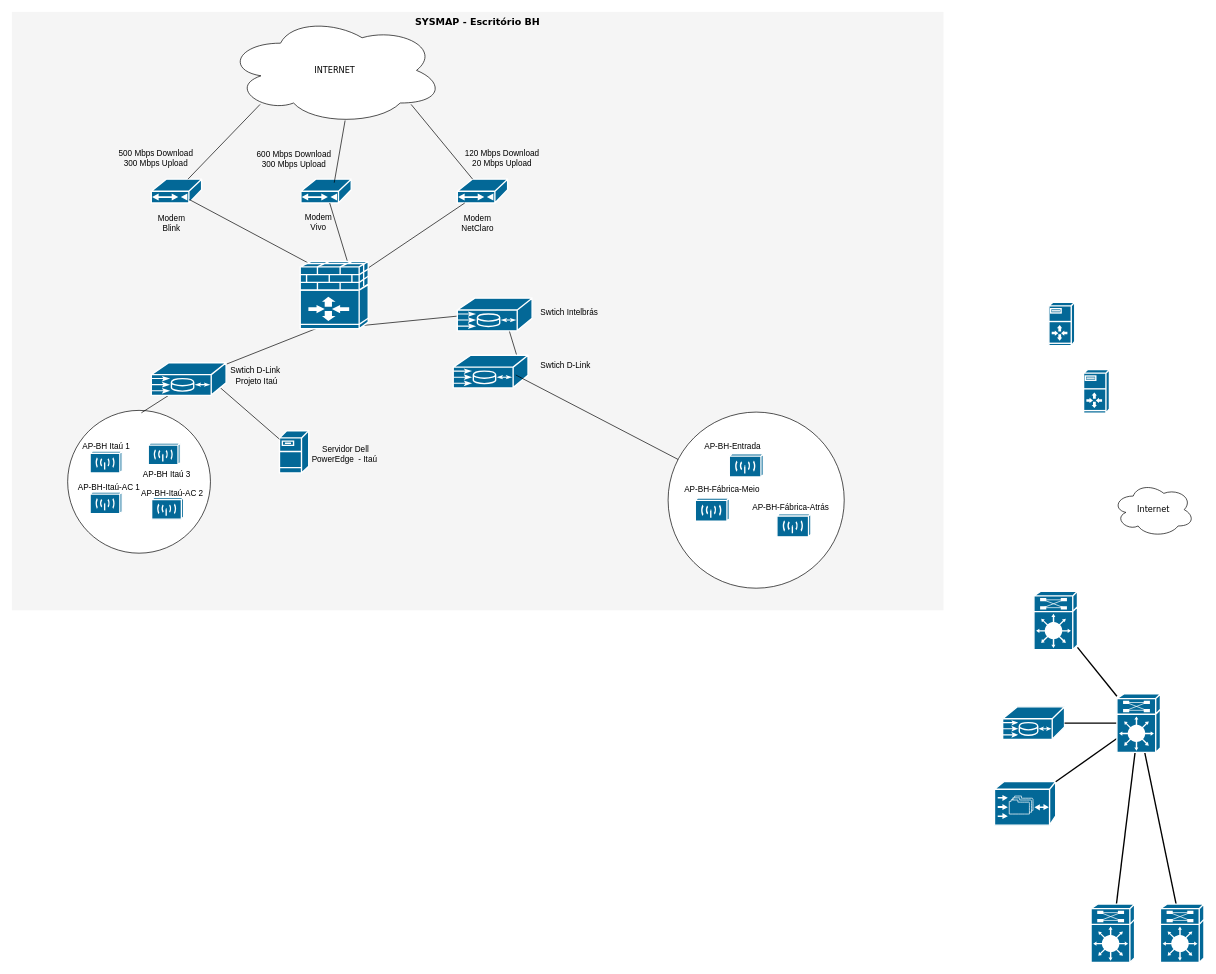
Above: Diagrama sem nome.drawio in mtuliolaine/Install-App-Windows (draw.io), before the change. Source tidied: cells renumbered, new cells numbered last; positions are measured from the earlier drawing's top-left corner, leaving out a move shared by most shapes. Both pictures are drawn from the tidied source at 68%, with x=0, y=0 at pixel (12, 12).
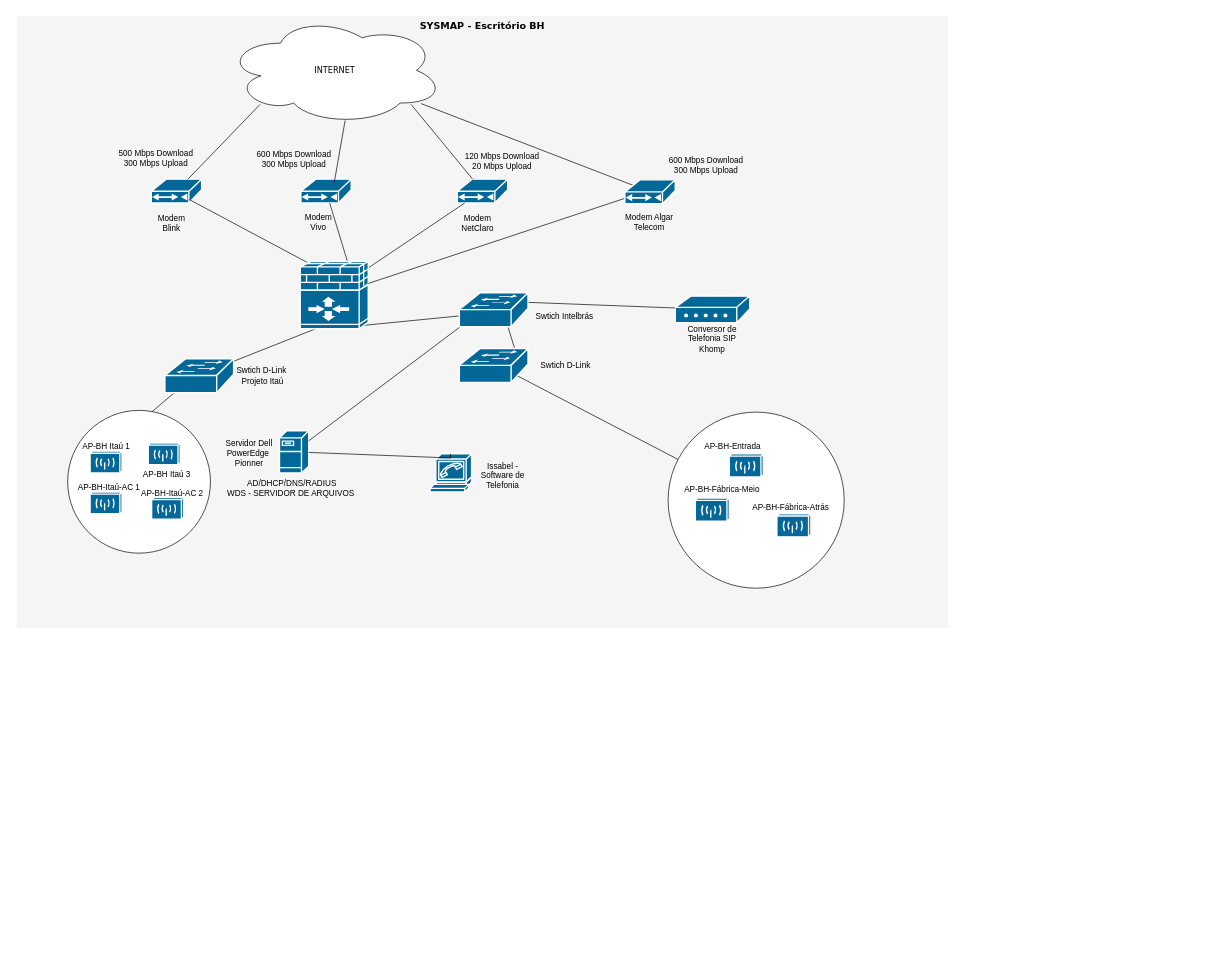
Above is the later version.

Unchanged cells that the change refers to:
```xml
<mxCell id="3" style="ellipse;whiteSpace=wrap;html=1;" parent="1" vertex="1">
  <mxGeometry x="965" y="588.5" width="259" height="259" as="geometry" />
</mxCell>
<mxCell id="7" value="INTERNET" style="ellipse;shape=cloud;whiteSpace=wrap;html=1;rounded=0;shadow=0;comic=0;strokeWidth=1;fontFamily=Verdana;fontSize=12;" parent="1" vertex="1">
  <mxGeometry x="315" y="6" width="320" height="160" as="geometry" />
</mxCell>
<mxCell id="42" style="shape=mxgraph.cisco.security.ios_firewall;html=1;dashed=0;fillColor=#036897;strokeColor=#ffffff;strokeWidth=2;verticalLabelPosition=bottom;verticalAlign=top;rounded=0;shadow=0;comic=0;fontFamily=Verdana;fontSize=12;" parent="1" vertex="1">
  <mxGeometry x="424" y="366" width="100" height="100" as="geometry" />
</mxCell>
<mxCell id="43" style="shape=mxgraph.cisco.servers.fileserver;sketch=0;html=1;dashed=0;fillColor=#036897;strokeColor=#ffffff;strokeWidth=2;verticalLabelPosition=bottom;verticalAlign=top;align=center;outlineConnect=0;" parent="1" vertex="1">
  <mxGeometry x="393.5" y="616" width="43" height="62" as="geometry" />
</mxCell>
```

Change to the diagram source:
```diff
@@
     <mxCell id="2" value="SYSMAP - Escritório BH" style="whiteSpace=wrap;html=1;rounded=0;shadow=0;comic=0;strokeWidth=1;fontFamily=Verdana;fontSize=14;fillColor=#f5f5f5;strokeColor=none;verticalAlign=top;fontStyle=1;" parent="1" vertex="1">
-      <mxGeometry width="1370" height="880" as="geometry" />
+      <mxGeometry x="7" y="6" width="1370" height="900" as="geometry" />
     </mxCell>
+    <mxCell id="4" style="ellipse;whiteSpace=wrap;html=1;" parent="1" vertex="1">
+      <mxGeometry x="82" y="586" width="210" height="210" as="geometry" />
+    </mxCell>
@@
-    <mxCell id="4" style="ellipse;whiteSpace=wrap;html=1;" parent="1" vertex="1">
-      <mxGeometry x="82" y="586" width="210" height="210" as="geometry" />
-    </mxCell>
-    <mxCell id="5" style="shape=mxgraph.cisco.servers.server_with_router;html=1;dashed=0;fillColor=#036897;strokeColor=#ffffff;strokeWidth=2;verticalLabelPosition=bottom;verticalAlign=top;rounded=0;shadow=0;comic=0;fontFamily=Verdana;fontSize=12;" parent="1" vertex="1">
-      <mxGeometry x="1525" y="427" width="38" height="64" as="geometry" />
-    </mxCell>
-    <mxCell id="6" style="shape=mxgraph.cisco.servers.server_with_router;html=1;dashed=0;fillColor=#036897;strokeColor=#ffffff;strokeWidth=2;verticalLabelPosition=bottom;verticalAlign=top;rounded=0;shadow=0;comic=0;fontFamily=Verdana;fontSize=12;" parent="1" vertex="1">
-      <mxGeometry x="1576" y="526" width="38" height="64" as="geometry" />
-    </mxCell>
@@
-    <mxCell id="8" value="Internet" style="ellipse;shape=cloud;whiteSpace=wrap;html=1;rounded=0;shadow=0;comic=0;strokeWidth=1;fontFamily=Verdana;fontSize=12;" parent="1" vertex="1">
-      <mxGeometry x="1619" y="692" width="120" height="80" as="geometry" />
-    </mxCell>
-    <mxCell id="9" style="edgeStyle=none;html=1;labelBackgroundColor=none;startFill=0;endArrow=none;endFill=0;strokeWidth=2;fontFamily=Verdana;fontSize=12;" parent="1" edge="1" source="10" target="17">
-      <mxGeometry relative="1" as="geometry" />
-    </mxCell>
-    <mxCell id="10" style="shape=mxgraph.cisco.misc.route_switch_processor;html=1;dashed=0;fillColor=#036897;strokeColor=#ffffff;strokeWidth=2;verticalLabelPosition=bottom;verticalAlign=top;rounded=0;shadow=0;comic=0;fontFamily=Verdana;fontSize=12;" parent="1" vertex="1">
-      <mxGeometry x="1503" y="852" width="64" height="86" as="geometry" />
-    </mxCell>
-    <mxCell id="11" style="shape=mxgraph.cisco.misc.me1100;html=1;dashed=0;fillColor=#036897;strokeColor=#ffffff;strokeWidth=2;verticalLabelPosition=bottom;verticalAlign=top;rounded=0;shadow=0;comic=0;fontFamily=Verdana;fontSize=12;" parent="1" vertex="1">
-      <mxGeometry x="1457" y="1022" width="91" height="48" as="geometry" />
-    </mxCell>
-    <mxCell id="12" style="shape=mxgraph.cisco.storage.cisco_file_engine;html=1;dashed=0;fillColor=#036897;strokeColor=#ffffff;strokeWidth=2;verticalLabelPosition=bottom;verticalAlign=top;rounded=0;shadow=0;comic=0;fontFamily=Verdana;fontSize=12;" parent="1" vertex="1">
-      <mxGeometry x="1445" y="1132" width="90" height="64" as="geometry" />
-    </mxCell>
-    <mxCell id="13" style="edgeStyle=none;html=1;labelBackgroundColor=none;startFill=0;endArrow=none;endFill=0;strokeWidth=2;fontFamily=Verdana;fontSize=12;" parent="1" edge="1" source="17" target="11">
-      <mxGeometry relative="1" as="geometry" />
-    </mxCell>
-    <mxCell id="14" style="edgeStyle=none;html=1;labelBackgroundColor=none;startFill=0;endArrow=none;endFill=0;strokeWidth=2;fontFamily=Verdana;fontSize=12;" parent="1" edge="1" source="17" target="12">
-      <mxGeometry relative="1" as="geometry" />
-    </mxCell>
-    <mxCell id="15" style="edgeStyle=none;html=1;labelBackgroundColor=none;startFill=0;endArrow=none;endFill=0;strokeWidth=2;fontFamily=Verdana;fontSize=12;" parent="1" edge="1" source="17" target="19">
-      <mxGeometry relative="1" as="geometry" />
-    </mxCell>
-    <mxCell id="16" style="edgeStyle=none;html=1;labelBackgroundColor=none;startFill=0;endArrow=none;endFill=0;strokeWidth=2;fontFamily=Verdana;fontSize=12;" parent="1" edge="1" source="17" target="18">
-      <mxGeometry relative="1" as="geometry" />
-    </mxCell>
-    <mxCell id="17" style="shape=mxgraph.cisco.misc.route_switch_processor;html=1;dashed=0;fillColor=#036897;strokeColor=#ffffff;strokeWidth=2;verticalLabelPosition=bottom;verticalAlign=top;rounded=0;shadow=0;comic=0;fontFamily=Verdana;fontSize=12;" parent="1" vertex="1">
-      <mxGeometry x="1625" y="1003" width="64" height="86" as="geometry" />
-    </mxCell>
-    <mxCell id="18" style="shape=mxgraph.cisco.misc.route_switch_processor;html=1;dashed=0;fillColor=#036897;strokeColor=#ffffff;strokeWidth=2;verticalLabelPosition=bottom;verticalAlign=top;rounded=0;shadow=0;comic=0;fontFamily=Verdana;fontSize=12;" parent="1" vertex="1">
-      <mxGeometry x="1587" y="1312" width="64" height="86" as="geometry" />
-    </mxCell>
-    <mxCell id="19" style="shape=mxgraph.cisco.misc.route_switch_processor;html=1;dashed=0;fillColor=#036897;strokeColor=#ffffff;strokeWidth=2;verticalLabelPosition=bottom;verticalAlign=top;rounded=0;shadow=0;comic=0;fontFamily=Verdana;fontSize=12;" parent="1" vertex="1">
-      <mxGeometry x="1689" y="1312" width="64" height="86" as="geometry" />
-    </mxCell>
@@
     <mxCell id="26" value="120 Mbps Download&lt;br&gt;20 Mbps Upload" style="text;strokeColor=none;align=center;fillColor=none;html=1;verticalAlign=middle;whiteSpace=wrap;rounded=0;" parent="1" vertex="1">
-      <mxGeometry x="655" y="185" width="132" height="60" as="geometry" />
+      <mxGeometry x="655" y="190" width="132" height="60" as="geometry" />
     </mxCell>
@@
     <mxCell id="35" value="Swtich D-Link&amp;nbsp;&lt;br&gt;Projeto Itaú" style="text;strokeColor=none;align=center;fillColor=none;html=1;verticalAlign=middle;whiteSpace=wrap;rounded=0;" parent="1" vertex="1">
-      <mxGeometry x="315" y="520" width="90" height="30" as="geometry" />
+      <mxGeometry x="324" y="520" width="90" height="30" as="geometry" />
     </mxCell>
     <mxCell id="36" value="Swtich Intelbrás" style="text;strokeColor=none;align=center;fillColor=none;html=1;verticalAlign=middle;whiteSpace=wrap;rounded=0;" parent="1" vertex="1">
-      <mxGeometry x="775" y="427" width="90" height="30" as="geometry" />
+      <mxGeometry x="768" y="433" width="90" height="30" as="geometry" />
     </mxCell>
@@
-    <mxCell id="38" style="endArrow=none;html=1;rounded=0;" parent="1" edge="1" source="53">
+    <mxCell id="38" style="endArrow=none;html=1;rounded=0;" parent="1" edge="1">
       <mxGeometry relative="1" as="geometry">
+        <mxPoint x="315" y="518.2" as="sourcePoint" />
         <mxPoint x="477" y="454" as="targetPoint" />
       </mxGeometry>
     </mxCell>
-    <mxCell id="39" style="endArrow=none;html=1;rounded=0;exitX=0.864;exitY=0.354;exitDx=0;exitDy=0;exitPerimeter=0;" parent="1" edge="1" source="59">
+    <mxCell id="39" style="endArrow=none;html=1;rounded=0;exitX=0.864;exitY=0.354;exitDx=0;exitDy=0;exitPerimeter=0;" parent="1" edge="1">
       <mxGeometry relative="1" as="geometry">
+        <mxPoint x="750" y="438" as="sourcePoint" />
         <mxPoint x="487" y="464" as="targetPoint" />
       </mxGeometry>
     </mxCell>
-    <mxCell id="40" style="endArrow=none;html=1;rounded=0;exitX=0.864;exitY=0.354;exitDx=0;exitDy=0;exitPerimeter=0;entryX=0.664;entryY=0.771;entryDx=0;entryDy=0;entryPerimeter=0;" parent="1" edge="1" target="59">
+    <mxCell id="40" style="endArrow=none;html=1;rounded=0;exitX=0.864;exitY=0.354;exitDx=0;exitDy=0;exitPerimeter=0;entryX=0.664;entryY=0.771;entryDx=0;entryDy=0;entryPerimeter=0;" parent="1" edge="1">
       <mxGeometry relative="1" as="geometry">
         <mxPoint x="743" y="507" as="sourcePoint" />
+        <mxPoint x="728" y="458" as="targetPoint" />
       </mxGeometry>
     </mxCell>
-    <mxCell id="41" style="shape=mxgraph.cisco.misc.me1100;html=1;dashed=0;fillColor=#036897;strokeColor=#ffffff;strokeWidth=2;verticalLabelPosition=bottom;verticalAlign=top;rounded=0;shadow=0;comic=0;fontFamily=Verdana;fontSize=12;" parent="1" vertex="1">
-      <mxGeometry x="649" y="505" width="110" height="48" as="geometry" />
-    </mxCell>
@@
-    <mxCell id="44" value="Servidor Dell PowerEdge&amp;nbsp; - Itaú&amp;nbsp;" style="text;strokeColor=none;align=center;fillColor=none;html=1;verticalAlign=middle;whiteSpace=wrap;rounded=0;" parent="1" vertex="1">
-      <mxGeometry x="437" y="635" width="108" height="30" as="geometry" />
+    <mxCell id="44" value="Servidor Dell PowerEdge&amp;nbsp;&lt;br&gt;Pionner" style="text;strokeColor=none;align=center;fillColor=none;html=1;verticalAlign=middle;whiteSpace=wrap;rounded=0;" parent="1" vertex="1">
+      <mxGeometry x="309" y="632" width="79.5" height="34" as="geometry" />
     </mxCell>
-    <mxCell id="45" style="endArrow=none;html=1;rounded=0;exitX=0.92;exitY=0.76;exitDx=0;exitDy=0;exitPerimeter=0;" parent="1" edge="1" source="53" target="43">
-      <mxGeometry relative="1" as="geometry" />
+    <mxCell id="45" style="endArrow=none;html=1;rounded=0;exitX=0.064;exitY=0.833;exitDx=0;exitDy=0;exitPerimeter=0;" parent="1" edge="1" target="43">
+      <mxGeometry relative="1" as="geometry">
+        <mxPoint x="662" y="461" as="sourcePoint" />
+      </mxGeometry>
     </mxCell>
@@
-    <mxCell id="52" style="endArrow=none;html=1;rounded=0;exitX=0.373;exitY=0.792;exitDx=0;exitDy=0;exitPerimeter=0;entryX=0.139;entryY=0.67;entryDx=0;entryDy=0;entryPerimeter=0;" parent="1" edge="1" source="53" target="2">
-      <mxGeometry relative="1" as="geometry" />
+    <mxCell id="52" style="endArrow=none;html=1;rounded=0;exitX=0.373;exitY=0.792;exitDx=0;exitDy=0;exitPerimeter=0;entryX=0.59;entryY=0.01;entryDx=0;entryDy=0;entryPerimeter=0;" parent="1" edge="1" target="4">
+      <mxGeometry relative="1" as="geometry">
+        <mxPoint x="246" y="554" as="sourcePoint" />
+      </mxGeometry>
     </mxCell>
-    <mxCell id="53" style="shape=mxgraph.cisco.misc.me1100;html=1;dashed=0;fillColor=#036897;strokeColor=#ffffff;strokeWidth=2;verticalLabelPosition=bottom;verticalAlign=top;rounded=0;shadow=0;comic=0;fontFamily=Verdana;fontSize=12;" parent="1" vertex="1">
-      <mxGeometry x="205" y="516" width="110" height="48" as="geometry" />
-    </mxCell>
@@
-    <mxCell id="59" style="shape=mxgraph.cisco.misc.me1100;html=1;dashed=0;fillColor=#036897;strokeColor=#ffffff;strokeWidth=2;verticalLabelPosition=bottom;verticalAlign=top;rounded=0;shadow=0;comic=0;fontFamily=Verdana;fontSize=12;" parent="1" vertex="1">
-      <mxGeometry x="655" y="421" width="110" height="48" as="geometry" />
-    </mxCell>
-    <mxCell id="60" style="endArrow=none;html=1;rounded=0;entryX=0.836;entryY=0.604;entryDx=0;entryDy=0;entryPerimeter=0;" parent="1" edge="1" source="3" target="41">
-      <mxGeometry relative="1" as="geometry" />
+    <mxCell id="60" style="endArrow=none;html=1;rounded=0;entryX=0.836;entryY=0.604;entryDx=0;entryDy=0;entryPerimeter=0;" parent="1" edge="1" source="3">
+      <mxGeometry relative="1" as="geometry">
+        <mxPoint x="741" y="534" as="targetPoint" />
+      </mxGeometry>
     </mxCell>
@@
+    <mxCell id="64" style="shape=mxgraph.cisco.modems_and_phones.modem;sketch=0;html=1;dashed=0;fillColor=#036897;strokeColor=#ffffff;strokeWidth=2;verticalLabelPosition=bottom;verticalAlign=top;align=center;outlineConnect=0;" parent="1" vertex="1">
+      <mxGeometry x="975.5" y="418" width="109.5" height="39" as="geometry" />
+    </mxCell>
+    <mxCell id="65" value="Conversor de Telefonia SIP Khomp" style="text;strokeColor=none;align=center;fillColor=none;html=1;verticalAlign=middle;whiteSpace=wrap;rounded=0;" parent="1" vertex="1">
+      <mxGeometry x="985.2" y="466" width="90" height="30" as="geometry" />
+    </mxCell>
+    <mxCell id="66" style="endArrow=none;html=1;rounded=0;" parent="1" edge="1" target="64">
+      <mxGeometry relative="1" as="geometry">
+        <mxPoint x="755" y="427" as="sourcePoint" />
+      </mxGeometry>
+    </mxCell>
+    <mxCell id="67" style="shape=mxgraph.cisco.modems_and_phones.softphone;sketch=0;html=1;dashed=0;fillColor=#036897;strokeColor=#ffffff;strokeWidth=2;verticalLabelPosition=bottom;verticalAlign=top;align=center;outlineConnect=0;" parent="1" vertex="1">
+      <mxGeometry x="615" y="650" width="61" height="56" as="geometry" />
+    </mxCell>
+    <mxCell id="68" value="Issabel - Software de Telefonia" style="text;strokeColor=none;align=center;fillColor=none;html=1;verticalAlign=middle;whiteSpace=wrap;rounded=0;" parent="1" vertex="1">
+      <mxGeometry x="677" y="667" width="90" height="30" as="geometry" />
+    </mxCell>
+    <mxCell id="69" style="shape=mxgraph.cisco.switches.workgroup_switch;sketch=0;html=1;dashed=0;fillColor=#036897;strokeColor=#ffffff;strokeWidth=2;verticalLabelPosition=bottom;verticalAlign=top;align=center;" parent="1" vertex="1">
+      <mxGeometry x="658" y="413" width="101" height="50" as="geometry" />
+    </mxCell>
+    <mxCell id="70" style="shape=mxgraph.cisco.switches.workgroup_switch;sketch=0;html=1;dashed=0;fillColor=#036897;strokeColor=#ffffff;strokeWidth=2;verticalLabelPosition=bottom;verticalAlign=top;align=center;" parent="1" vertex="1">
+      <mxGeometry x="658" y="495" width="101" height="50" as="geometry" />
+    </mxCell>
+    <mxCell id="71" style="shape=mxgraph.cisco.switches.workgroup_switch;sketch=0;html=1;dashed=0;fillColor=#036897;strokeColor=#ffffff;strokeWidth=2;verticalLabelPosition=bottom;verticalAlign=top;align=center;" parent="1" vertex="1">
+      <mxGeometry x="225" y="510" width="101" height="50" as="geometry" />
+    </mxCell>
+    <mxCell id="72" style="endArrow=none;html=1;rounded=0;" parent="1" edge="1" source="67" target="43">
+      <mxGeometry relative="1" as="geometry">
+        <Array as="points">
+          <mxPoint x="645" y="656" />
+        </Array>
+      </mxGeometry>
+    </mxCell>
+    <mxCell id="73" value="AD/DHCP/DNS/RADIUS&lt;br&gt;WDS - SERVIDOR DE ARQUIVOS&amp;nbsp;" style="text;strokeColor=none;align=center;fillColor=none;html=1;verticalAlign=middle;whiteSpace=wrap;rounded=0;" parent="1" vertex="1">
+      <mxGeometry x="309" y="683" width="206" height="34" as="geometry" />
+    </mxCell>
+    <mxCell id="74" value="Modem Algar Telecom" style="text;strokeColor=none;align=center;fillColor=none;html=1;verticalAlign=middle;whiteSpace=wrap;rounded=0;" parent="1" vertex="1">
+      <mxGeometry x="900" y="294" width="75" height="30" as="geometry" />
+    </mxCell>
+    <mxCell id="75" value="600 Mbps Download&lt;br&gt;300 Mbps Upload" style="text;strokeColor=none;align=center;fillColor=none;html=1;verticalAlign=middle;whiteSpace=wrap;rounded=0;" parent="1" vertex="1">
+      <mxGeometry x="955" y="195" width="132" height="60" as="geometry" />
+    </mxCell>
+    <mxCell id="76" style="endArrow=none;html=1;rounded=0;" parent="1" edge="1" source="7">
+      <mxGeometry relative="1" as="geometry">
+        <mxPoint x="916" y="256" as="targetPoint" />
+      </mxGeometry>
+    </mxCell>
+    <mxCell id="77" style="endArrow=none;html=1;rounded=0;" parent="1" edge="1" source="42">
+      <mxGeometry relative="1" as="geometry">
+        <mxPoint x="926" y="266" as="targetPoint" />
+      </mxGeometry>
+    </mxCell>
+    <mxCell id="78" style="shape=mxgraph.cisco.modems_and_phones.cable_modem;sketch=0;html=1;dashed=0;fillColor=#036897;strokeColor=#ffffff;strokeWidth=2;verticalLabelPosition=bottom;verticalAlign=top;align=center;" parent="1" vertex="1">
+      <mxGeometry x="901.5" y="247" width="74" height="35" as="geometry" />
+    </mxCell>
```
